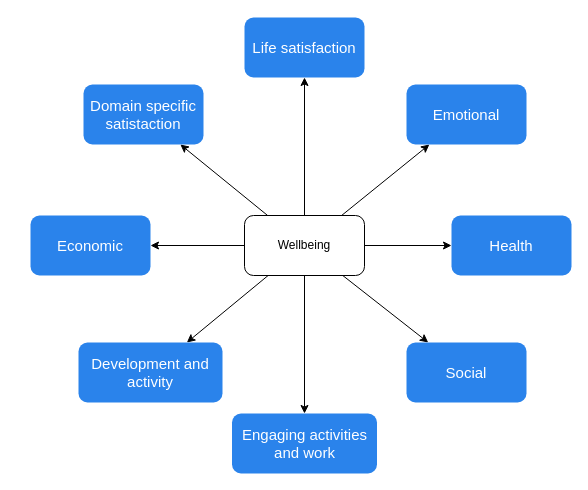
Earlier version of the draw.io diagram page "Wellbeing home" (1 of 4) of Wellbeing.drawio (alfonsograziano/personal-blog). Source tidied: cells renumbered, new cells numbered last; positions are measured from the earlier drawing's top-left corner, leaving out a move shared by most shapes. Both pictures are drawn from the tidied source at 100%, with x=0, y=0 at pixel (30, 17).
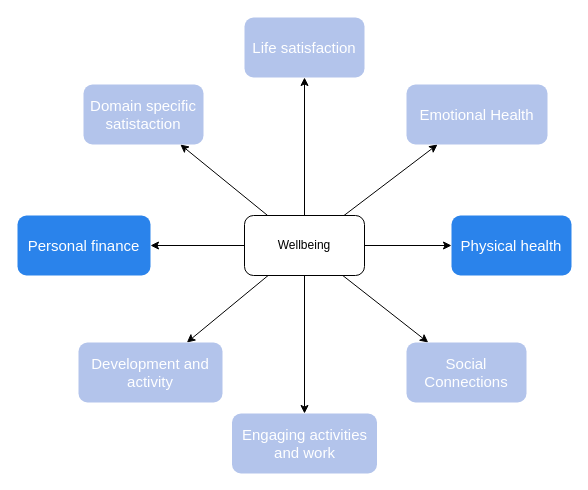
After the change.

Commit message (it also covers changes not shown here):
update physical health

Diff of the diagram source:
```diff
@@
 <mxGraphModel background="#ffffff">
   <root>
     <mxCell id="0" />
     <mxCell id="1" parent="0" />
     <mxCell id="2" style="edgeStyle=none;rounded=0;jettySize=auto;html=1;noEdgeStyle=1;" parent="1" edge="1" source="10" target="18">
       <mxGeometry relative="1" as="geometry" />
     </mxCell>
     <mxCell id="3" style="edgeStyle=none;rounded=0;jettySize=auto;html=1;noEdgeStyle=1;" parent="1" edge="1" source="10" target="11">
       <mxGeometry relative="1" as="geometry" />
     </mxCell>
     <mxCell id="4" style="edgeStyle=none;rounded=0;jettySize=auto;html=1;noEdgeStyle=1;" parent="1" edge="1" source="10" target="12">
       <mxGeometry relative="1" as="geometry" />
     </mxCell>
     <mxCell id="5" style="edgeStyle=none;rounded=0;jettySize=auto;html=1;noEdgeStyle=1;" parent="1" edge="1" source="10" target="13">
       <mxGeometry relative="1" as="geometry" />
     </mxCell>
     <mxCell id="6" style="edgeStyle=none;rounded=0;jettySize=auto;html=1;noEdgeStyle=1;" parent="1" edge="1" source="10" target="14">
       <mxGeometry relative="1" as="geometry" />
     </mxCell>
     <mxCell id="7" style="edgeStyle=none;rounded=0;jettySize=auto;html=1;noEdgeStyle=1;" parent="1" edge="1" source="10" target="15">
       <mxGeometry relative="1" as="geometry" />
     </mxCell>
     <mxCell id="8" style="edgeStyle=none;rounded=0;jettySize=auto;html=1;noEdgeStyle=1;" parent="1" edge="1" source="10" target="16">
       <mxGeometry relative="1" as="geometry" />
     </mxCell>
     <mxCell id="9" style="edgeStyle=none;rounded=0;jettySize=auto;html=1;noEdgeStyle=1;" parent="1" edge="1" source="10" target="17">
       <mxGeometry relative="1" as="geometry" />
     </mxCell>
     <mxCell id="10" value="Wellbeing" style="rounded=1;whiteSpace=wrap;html=1;" parent="1" vertex="1">
       <mxGeometry x="214" y="198" width="120" height="60" as="geometry" />
     </mxCell>
-    <mxCell id="11" value="Health" style="rounded=1;whiteSpace=wrap;html=1;fillColor=#2a83eb;fontColor=#ffffff;strokeColor=none;fontSize=15;" parent="1" vertex="1">
+    <mxCell id="11" value="Physical health" style="rounded=1;whiteSpace=wrap;html=1;fillColor=#2a83eb;fontColor=#ffffff;strokeColor=none;fontSize=15;" parent="1" vertex="1">
       <mxGeometry x="421" y="198" width="120" height="60" as="geometry" />
     </mxCell>
-    <mxCell id="12" value="Economic" style="rounded=1;whiteSpace=wrap;html=1;fillColor=#2a83eb;fontColor=#ffffff;strokeColor=none;fontSize=15;" parent="1" vertex="1">
-      <mxGeometry y="198" width="120" height="60" as="geometry" />
+    <mxCell id="12" value="Personal finance" style="rounded=1;whiteSpace=wrap;html=1;fillColor=#2a83eb;fontColor=#ffffff;strokeColor=none;fontSize=15;" parent="1" vertex="1">
+      <mxGeometry x="-13" y="198" width="133" height="60" as="geometry" />
     </mxCell>
-    <mxCell id="13" value="Social" style="rounded=1;whiteSpace=wrap;html=1;fillColor=#2a83eb;fontColor=#ffffff;strokeColor=none;fontSize=15;" parent="1" vertex="1">
+    <mxCell id="13" value="Social Connections" style="rounded=1;whiteSpace=wrap;html=1;fillColor=#B3C4EB;fontColor=#ffffff;strokeColor=none;fontSize=15;" parent="1" vertex="1">
       <mxGeometry x="376" y="325" width="120" height="60" as="geometry" />
     </mxCell>
-    <mxCell id="14" value="Development and activity" style="rounded=1;whiteSpace=wrap;html=1;fillColor=#2a83eb;fontColor=#ffffff;strokeColor=none;fontSize=15;" parent="1" vertex="1">
+    <mxCell id="14" value="Development and activity" style="rounded=1;whiteSpace=wrap;html=1;fillColor=#B3C4EB;fontColor=#ffffff;strokeColor=none;fontSize=15;" parent="1" vertex="1">
       <mxGeometry x="48" y="325" width="144" height="60" as="geometry" />
     </mxCell>
-    <mxCell id="15" value="Emotional" style="rounded=1;whiteSpace=wrap;html=1;fillColor=#2a83eb;fontColor=#ffffff;strokeColor=none;fontSize=15;" parent="1" vertex="1">
-      <mxGeometry x="376" y="67" width="120" height="60" as="geometry" />
+    <mxCell id="15" value="Emotional Health" style="rounded=1;whiteSpace=wrap;html=1;fillColor=#B3C4EB;fontColor=#ffffff;strokeColor=none;fontSize=15;" parent="1" vertex="1">
+      <mxGeometry x="376" y="67" width="141" height="60" as="geometry" />
     </mxCell>
-    <mxCell id="16" value="Life satisfaction" style="rounded=1;whiteSpace=wrap;html=1;fillColor=#2a83eb;fontColor=#ffffff;strokeColor=none;fontSize=15;" parent="1" vertex="1">
+    <mxCell id="16" value="Life satisfaction" style="rounded=1;whiteSpace=wrap;html=1;fillColor=#B3C4EB;fontColor=#ffffff;strokeColor=none;fontSize=15;" parent="1" vertex="1">
       <mxGeometry x="214" width="120" height="60" as="geometry" />
     </mxCell>
-    <mxCell id="17" value="Domain specific satistaction" style="rounded=1;whiteSpace=wrap;html=1;fillColor=#2a83eb;fontColor=#ffffff;strokeColor=none;fontSize=15;" parent="1" vertex="1">
+    <mxCell id="17" value="Domain specific satistaction" style="rounded=1;whiteSpace=wrap;html=1;fillColor=#B3C4EB;fontColor=#ffffff;strokeColor=none;fontSize=15;" parent="1" vertex="1">
       <mxGeometry x="53" y="67" width="120" height="60" as="geometry" />
     </mxCell>
-    <mxCell id="18" value="Engaging activities and work" style="rounded=1;whiteSpace=wrap;html=1;fillColor=#2a83eb;fontColor=#ffffff;strokeColor=none;fontSize=15;" parent="1" vertex="1">
+    <mxCell id="18" value="Engaging activities and work" style="rounded=1;whiteSpace=wrap;html=1;fillColor=#B3C4EB;fontColor=#ffffff;strokeColor=none;fontSize=15;" parent="1" vertex="1">
       <mxGeometry x="201.5" y="396" width="145" height="60" as="geometry" />
     </mxCell>
   </root>
 </mxGraphModel>
```
